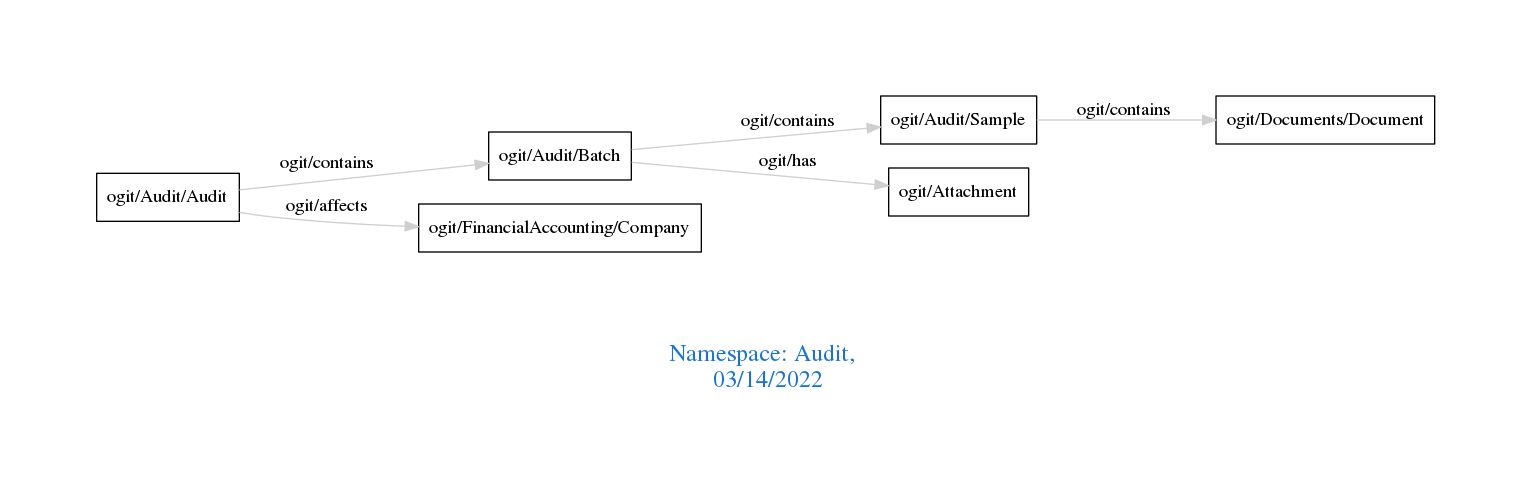
Earlier version of the Graphviz export downloads/Audit.png (arago/OGIT). Its source is kept beside it as downloads/Audit.dot.
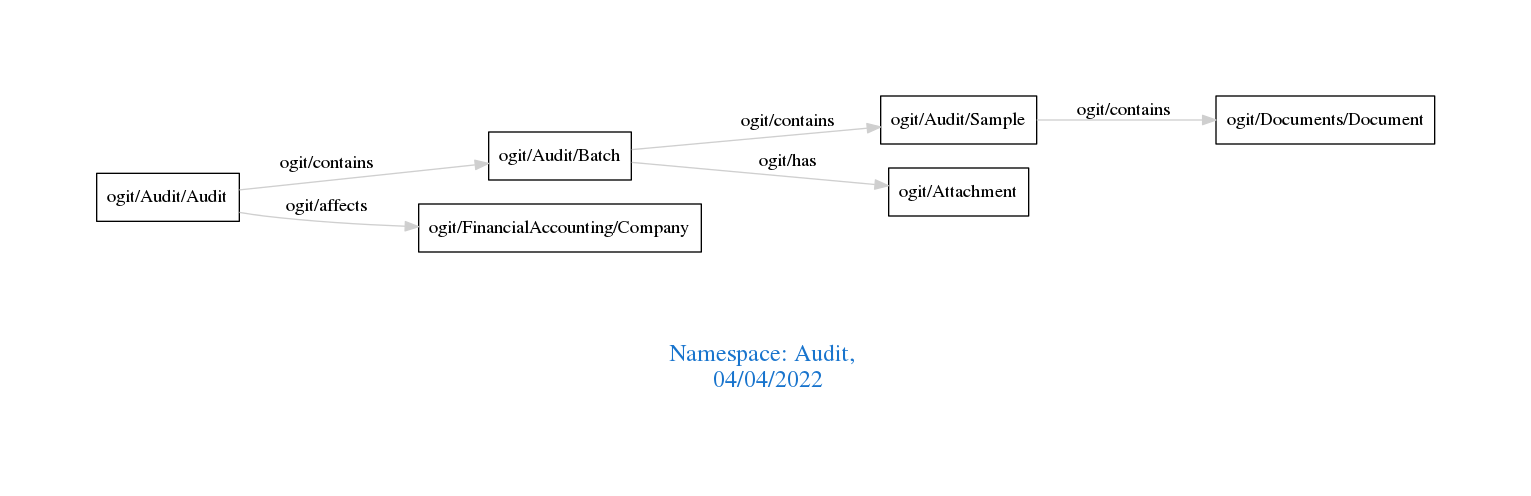
After the change.

The edit, as a diff of the source:
```diff
@@ -1,7 +1,7 @@
 digraph OGIT_ontology {
  graph [ rankdir= LR,pad=1
 fontsize = 18,
-fontcolor= dodgerblue3,label = "\n\n\nNamespace: Audit, \n 03/14/2022"];
+fontcolor= dodgerblue3,label = "\n\n\nNamespace: Audit, \n 04/04/2022"];
 node[shape=polygon];
 edge [  color="gray81"];
 
```
